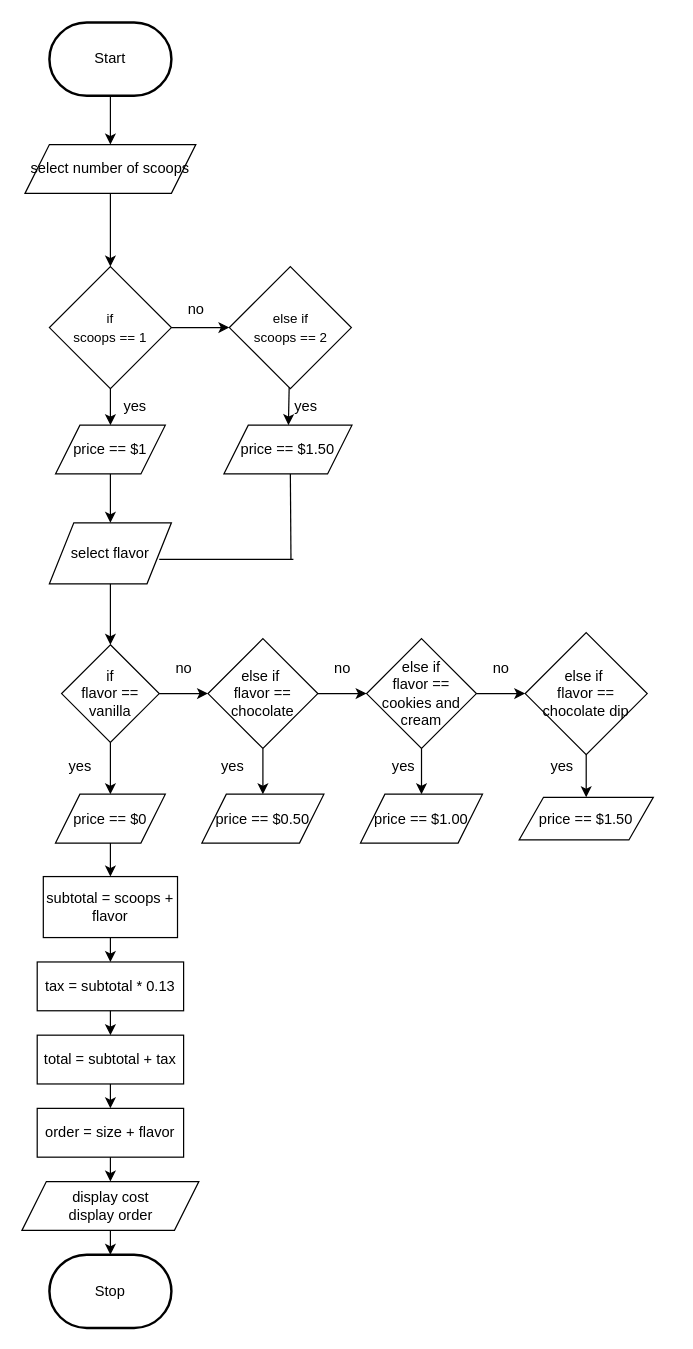
This is design/flowchart.drawio from MTHS-ICD2O-1-2024/ICD2O-Assignment-04-lynn-lukose-07, a draw.io file, before an edit. Source tidied: cells renumbered, new cells numbered last; positions are measured from the earlier drawing's top-left corner, leaving out a move shared by most shapes. Both pictures are drawn from the tidied source at 122%, with x=0, y=0 at pixel (22, 22).
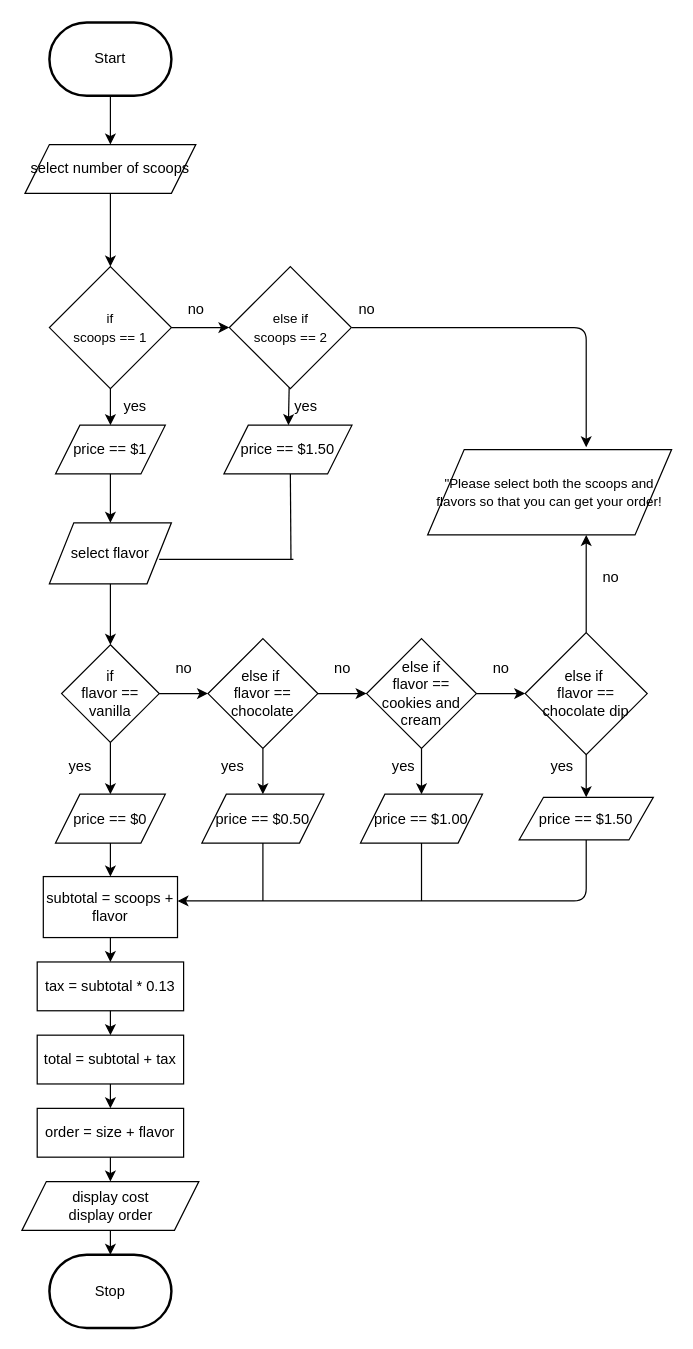
The same page after the edit.

The change refers to these unchanged cells:
```xml
<mxCell id="36" value="price == $1.50" style="shape=parallelogram;perimeter=parallelogramPerimeter;whiteSpace=wrap;html=1;fixedSize=1;" parent="1" vertex="1">
  <mxGeometry x="407" y="635" width="110" height="35" as="geometry" />
</mxCell>
```

Change to the diagram source:
```diff
@@
+    <mxCell id="55" value="&lt;font style=&quot;font-size: 11px; color: rgb(0, 0, 0);&quot;&gt;&quot;Please select both the scoops and flavors so that you can get your order!&lt;/font&gt;" style="shape=parallelogram;perimeter=parallelogramPerimeter;whiteSpace=wrap;html=1;fixedSize=1;size=30;" parent="1" vertex="1">
+      <mxGeometry x="332" y="350" width="200" height="70" as="geometry" />
+    </mxCell>
+    <mxCell id="56" style="endArrow=classic;html=1;" parent="1" edge="1">
+      <mxGeometry relative="1" as="geometry">
+        <mxPoint x="462" y="500" as="sourcePoint" />
+        <mxPoint x="462" y="420" as="targetPoint" />
+      </mxGeometry>
+    </mxCell>
+    <mxCell id="57" style="endArrow=classic;html=1;entryX=0.65;entryY=-0.027;entryDx=0;entryDy=0;entryPerimeter=0;" parent="1" edge="1" target="55">
+      <mxGeometry relative="1" as="geometry">
+        <mxPoint x="270" y="250" as="sourcePoint" />
+        <Array as="points">
+          <mxPoint x="462" y="250" />
+        </Array>
+      </mxGeometry>
+    </mxCell>
+    <mxCell id="58" value="no" style="text;html=1;align=center;verticalAlign=middle;strokeColor=none;fillColor=none;" parent="1" vertex="1">
+      <mxGeometry x="262" y="220" width="40" height="30" as="geometry" />
+    </mxCell>
+    <mxCell id="59" value="no" style="text;html=1;align=center;verticalAlign=middle;strokeColor=none;fillColor=none;" parent="1" vertex="1">
+      <mxGeometry x="462" y="440" width="40" height="30" as="geometry" />
+    </mxCell>
+    <mxCell id="60" style="endArrow=classic;html=1;exitX=0.5;exitY=1;exitDx=0;exitDy=0;" parent="1" edge="1" source="36">
+      <mxGeometry relative="1" as="geometry">
+        <mxPoint x="127" y="720" as="targetPoint" />
+        <Array as="points">
+          <mxPoint x="462" y="720" />
+        </Array>
+      </mxGeometry>
+    </mxCell>
+    <mxCell id="61" style="endArrow=none;html=1;" parent="1" edge="1">
+      <mxGeometry relative="1" as="geometry">
+        <mxPoint x="327" y="720" as="sourcePoint" />
+        <mxPoint x="327" y="672.5" as="targetPoint" />
+      </mxGeometry>
+    </mxCell>
+    <mxCell id="62" style="endArrow=none;html=1;" parent="1" edge="1">
+      <mxGeometry relative="1" as="geometry">
+        <mxPoint x="197" y="720" as="sourcePoint" />
+        <mxPoint x="197" y="672.5" as="targetPoint" />
+      </mxGeometry>
+    </mxCell>
```
